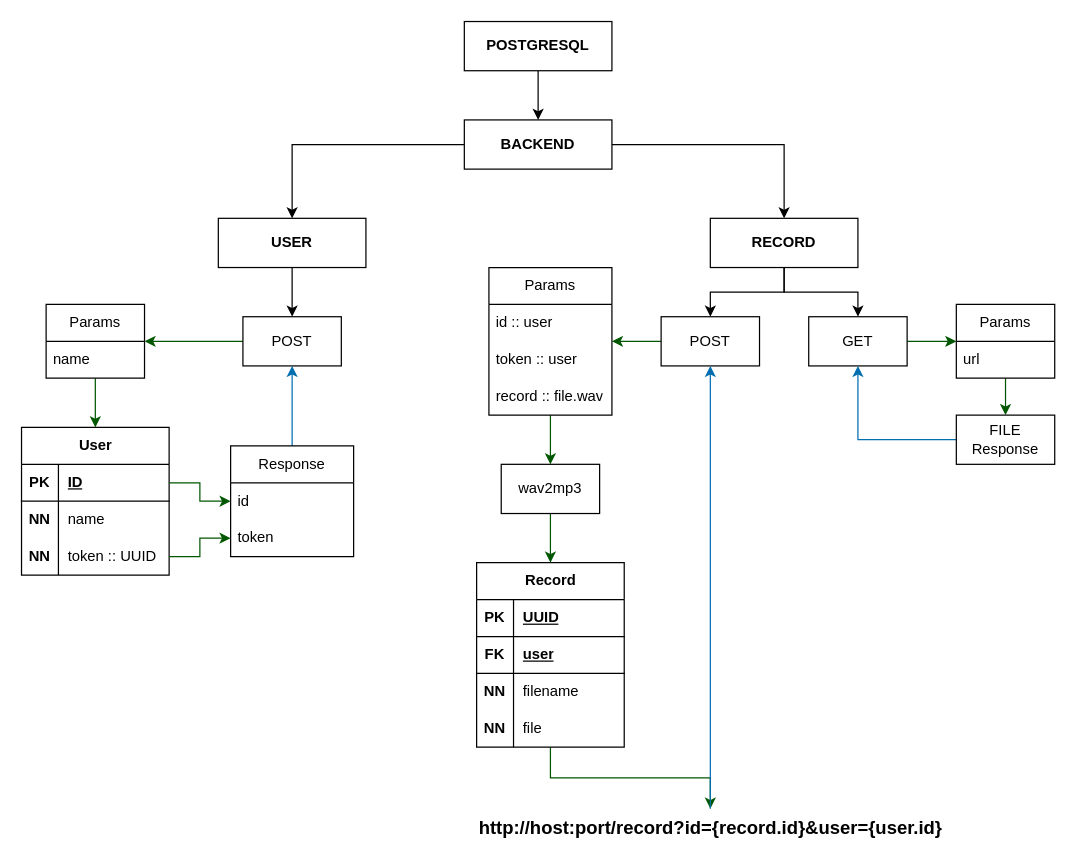
The draw.io diagram WebDevelopment/staff-prof.ru/data/Diagram.drawio in ames0k0/TestWork, before the edit. Source tidied: cells renumbered, new cells numbered last; positions are measured from the earlier drawing's top-left corner, leaving out a move shared by most shapes. Both pictures are drawn from the tidied source at 123%, with x=0, y=0 at pixel (21, 21).
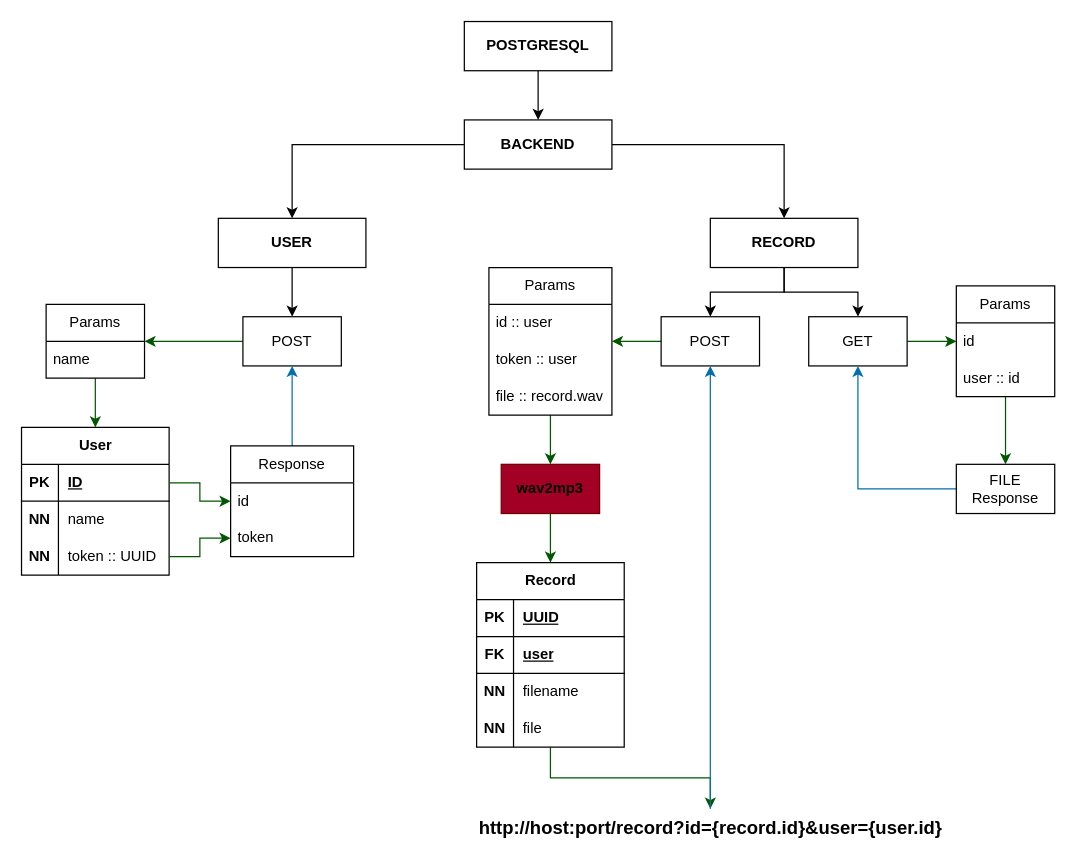
The same diagram, later.

Commit message (it also covers changes not shown here):
WebDevelopment: staff-prof.ru: Fixed get record implementation

Unchanged cells that the change refers to:
```xml
<mxCell id="34" value="Params" style="swimlane;fontStyle=0;horizontal=1;startSize=30;whiteSpace=wrap;html=1;" parent="1" vertex="1">
  <mxGeometry x="380" y="200" width="100" height="120" as="geometry" />
</mxCell>
```

The edit, as a diff of the source:
```diff
@@
-    <mxCell id="37" value="record :: file.wav" style="text;strokeColor=none;fillColor=none;align=left;verticalAlign=middle;spacingLeft=4;spacingRight=4;overflow=hidden;whiteSpace=wrap;html=1;" parent="34" vertex="1">
+    <mxCell id="37" value="file :: record.wav" style="text;strokeColor=none;fillColor=none;align=left;verticalAlign=middle;spacingLeft=4;spacingRight=4;overflow=hidden;whiteSpace=wrap;html=1;" parent="34" vertex="1">
       <mxGeometry y="90" width="100" height="30" as="geometry" />
     </mxCell>
@@
-    <mxCell id="53" value="wav2mp3" style="whiteSpace=wrap;html=1;" parent="1" vertex="1">
+    <mxCell id="53" value="&lt;font style=&quot;color: rgb(0, 0, 0);&quot;&gt;&lt;b&gt;wav2mp3&lt;/b&gt;&lt;/font&gt;" style="whiteSpace=wrap;html=1;fillColor=#a20025;fontColor=#ffffff;strokeColor=#6F0000;" parent="1" vertex="1">
       <mxGeometry x="390" y="360" width="80" height="40" as="geometry" />
     </mxCell>
@@
     <mxCell id="59" value="Params" style="swimlane;fontStyle=0;horizontal=1;startSize=30;whiteSpace=wrap;html=1;" parent="1" vertex="1">
-      <mxGeometry x="760" y="230" width="80" height="60" as="geometry" />
+      <mxGeometry x="760" y="215" width="80" height="90" as="geometry" />
     </mxCell>
-    <mxCell id="60" value="url" style="text;strokeColor=none;fillColor=none;align=left;verticalAlign=middle;spacingLeft=4;spacingRight=4;overflow=hidden;whiteSpace=wrap;html=1;" parent="59" vertex="1">
+    <mxCell id="60" value="id" style="text;strokeColor=none;fillColor=none;align=left;verticalAlign=middle;spacingLeft=4;spacingRight=4;overflow=hidden;whiteSpace=wrap;html=1;" parent="59" vertex="1">
       <mxGeometry y="30" width="80" height="30" as="geometry" />
     </mxCell>
+    <mxCell id="65" value="user :: id" style="text;strokeColor=none;fillColor=none;align=left;verticalAlign=middle;spacingLeft=4;spacingRight=4;overflow=hidden;whiteSpace=wrap;html=1;" parent="59" vertex="1">
+      <mxGeometry y="60" width="80" height="30" as="geometry" />
+    </mxCell>
@@
     <mxCell id="62" value="FILE&lt;div&gt;&lt;span style=&quot;background-color: transparent; color: light-dark(rgb(0, 0, 0), rgb(255, 255, 255));&quot;&gt;Response&lt;/span&gt;&lt;/div&gt;" style="whiteSpace=wrap;html=1;fontStyle=0;startSize=30;" parent="1" vertex="1">
-      <mxGeometry x="760" y="320" width="80" height="40" as="geometry" />
+      <mxGeometry x="760" y="360" width="80" height="40" as="geometry" />
     </mxCell>
```
